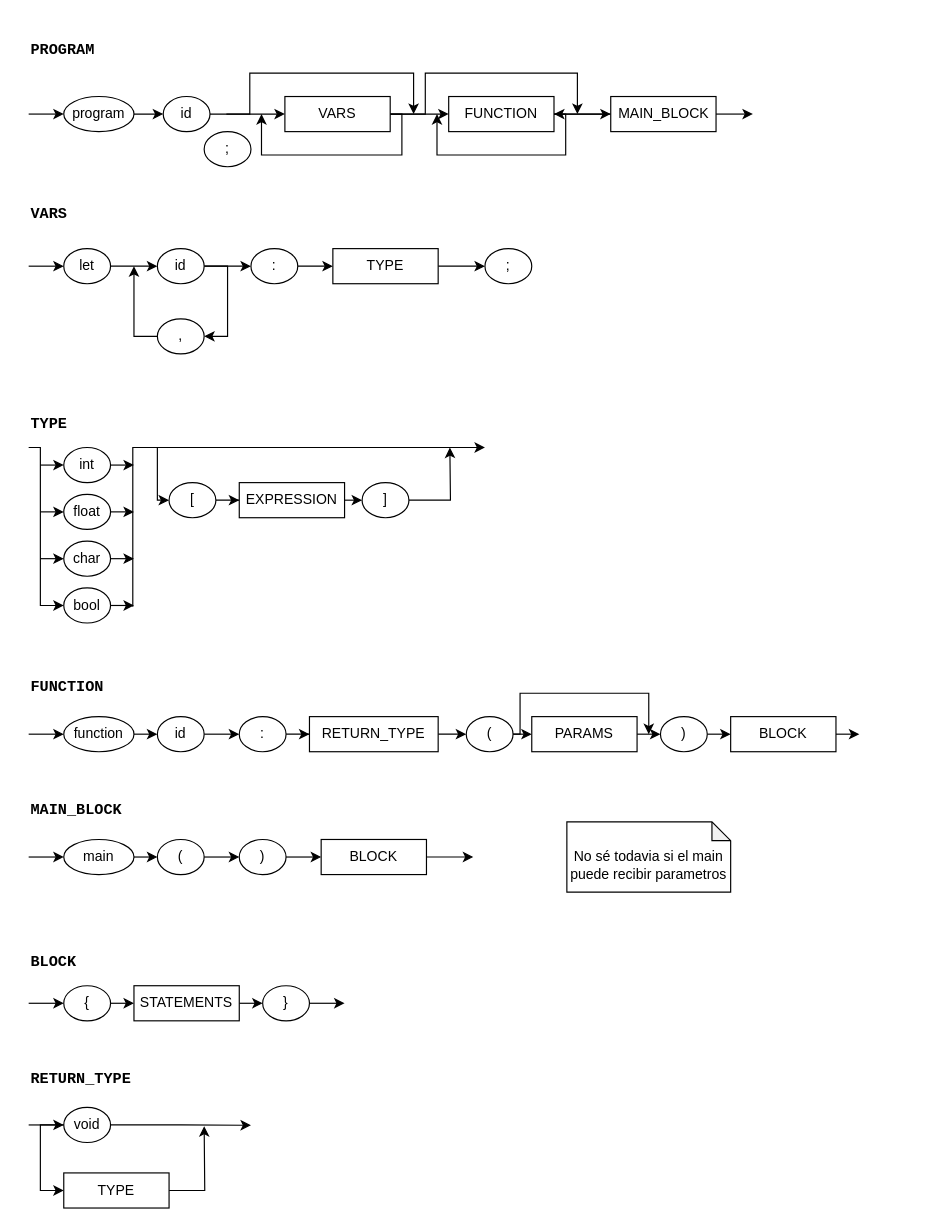
RCH010/manchas keeps this draw.io diagram as page "Page-1" (1 of 4) of documentacion/diagramasGramaticaMaps.drawio. Above is the earlier version. Source tidied: cells renumbered, new cells numbered last; positions are measured from the earlier drawing's top-left corner, leaving out a move shared by most shapes. Both pictures are drawn from the tidied source at 117%, with x=0, y=0 at pixel (28, 37).
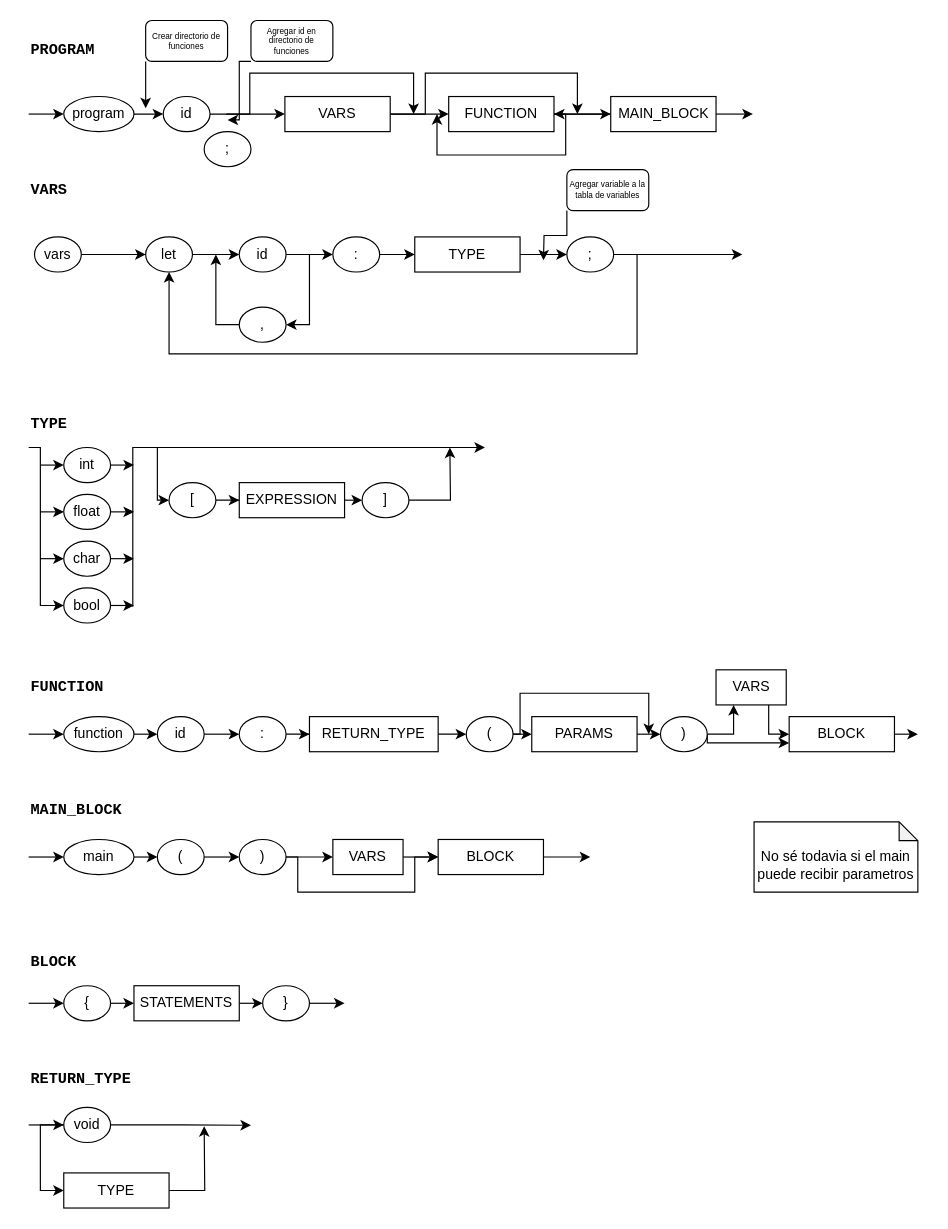
Above is the later version.

Commit message:
Update grammar diagrams

The change refers to these unchanged cells:
```xml
<mxCell id="6" value="VARS" style="whiteSpace=wrap;html=1;" parent="1" vertex="1">
  <mxGeometry x="219" y="50" width="90" height="30" as="geometry" />
</mxCell>
<mxCell id="62" value=")" style="ellipse;whiteSpace=wrap;html=1;" parent="1" vertex="1">
  <mxGeometry x="540" y="580" width="40" height="30" as="geometry" />
</mxCell>
<mxCell id="89" value=")" style="ellipse;whiteSpace=wrap;html=1;" parent="1" vertex="1">
  <mxGeometry x="180" y="685" width="40" height="30" as="geometry" />
</mxCell>
```

What changed in the source:
```diff
@@
-    <mxCell id="5" style="edgeStyle=orthogonalEdgeStyle;rounded=0;jettySize=auto;html=1;exitX=1;exitY=0.5;exitDx=0;exitDy=0;" parent="1" edge="1" source="6">
-      <mxGeometry relative="1" as="geometry">
-        <mxPoint x="199" y="65" as="targetPoint" />
-        <Array as="points">
-          <mxPoint x="319" y="65" />
-          <mxPoint x="319" y="100" />
-          <mxPoint x="199" y="100" />
-        </Array>
-      </mxGeometry>
-    </mxCell>
@@
     <mxCell id="15" value="VARS" style="text;html=1;align=left;verticalAlign=middle;fontStyle=1;fontSize=13;fontFamily=Courier New;" parent="1" vertex="1">
-      <mxGeometry y="140" width="50" height="20" as="geometry" />
+      <mxGeometry y="120" width="50" height="20" as="geometry" />
     </mxCell>
@@
     <mxCell id="17" value="let" style="ellipse;whiteSpace=wrap;html=1;" parent="1" vertex="1">
-      <mxGeometry x="30" y="180" width="40" height="30" as="geometry" />
+      <mxGeometry x="100" y="170" width="40" height="30" as="geometry" />
     </mxCell>
-    <mxCell id="18" style="endArrow=classic;html=1;entryX=0;entryY=0.5;entryDx=0;entryDy=0;" parent="1" edge="1" target="17">
-      <mxGeometry relative="1" as="geometry">
-        <mxPoint y="195" as="sourcePoint" />
-      </mxGeometry>
+    <mxCell id="18" style="endArrow=classic;html=1;entryX=0;entryY=0.5;entryDx=0;entryDy=0;exitX=1;exitY=0.5;exitDx=0;exitDy=0;" parent="1" edge="1" source="108" target="17">
+      <mxGeometry relative="1" as="geometry" />
     </mxCell>
     <mxCell id="19" style="edgeStyle=orthogonalEdgeStyle;rounded=0;jettySize=auto;html=1;entryX=1;entryY=0.5;entryDx=0;entryDy=0;" parent="1" edge="1" source="21" target="23">
       <mxGeometry relative="1" as="geometry">
         <Array as="points">
-          <mxPoint x="170" y="195" />
-          <mxPoint x="170" y="255" />
+          <mxPoint x="240" y="185" />
+          <mxPoint x="240" y="245" />
         </Array>
       </mxGeometry>
     </mxCell>
@@
     <mxCell id="21" value="id" style="ellipse;whiteSpace=wrap;html=1;" parent="1" vertex="1">
-      <mxGeometry x="110" y="180" width="40" height="30" as="geometry" />
+      <mxGeometry x="180" y="170" width="40" height="30" as="geometry" />
     </mxCell>
     <mxCell id="22" style="edgeStyle=orthogonalEdgeStyle;rounded=0;jettySize=auto;html=1;exitX=0;exitY=0.5;exitDx=0;exitDy=0;" parent="1" edge="1" source="23">
       <mxGeometry relative="1" as="geometry">
-        <mxPoint x="90" y="195" as="targetPoint" />
+        <mxPoint x="160" y="185" as="targetPoint" />
       </mxGeometry>
     </mxCell>
     <mxCell id="23" value="," style="ellipse;whiteSpace=wrap;html=1;" parent="1" vertex="1">
-      <mxGeometry x="110" y="240" width="40" height="30" as="geometry" />
+      <mxGeometry x="180" y="230" width="40" height="30" as="geometry" />
     </mxCell>
@@
     <mxCell id="25" value=":" style="ellipse;whiteSpace=wrap;html=1;" parent="1" vertex="1">
-      <mxGeometry x="190" y="180" width="40" height="30" as="geometry" />
+      <mxGeometry x="260" y="170" width="40" height="30" as="geometry" />
     </mxCell>
+    <mxCell id="100" style="edgeStyle=orthogonalEdgeStyle;rounded=0;jettySize=auto;html=1;exitX=1;exitY=0.5;exitDx=0;exitDy=0;fontSize=7;" parent="1" edge="1" source="26">
+      <mxGeometry relative="1" as="geometry">
+        <mxPoint x="610" y="185" as="targetPoint" />
+      </mxGeometry>
+    </mxCell>
+    <mxCell id="101" style="edgeStyle=orthogonalEdgeStyle;rounded=0;jettySize=auto;html=1;exitX=1;exitY=0.5;exitDx=0;exitDy=0;entryX=0.5;entryY=1;entryDx=0;entryDy=0;fontSize=7;" parent="1" edge="1" source="26" target="17">
+      <mxGeometry relative="1" as="geometry">
+        <Array as="points">
+          <mxPoint x="520" y="185" />
+          <mxPoint x="520" y="270" />
+          <mxPoint x="120" y="270" />
+        </Array>
+      </mxGeometry>
+    </mxCell>
     <mxCell id="26" value=";" style="ellipse;whiteSpace=wrap;html=1;" parent="1" vertex="1">
-      <mxGeometry x="390" y="180" width="40" height="30" as="geometry" />
+      <mxGeometry x="460" y="170" width="40" height="30" as="geometry" />
     </mxCell>
@@
     <mxCell id="28" value="TYPE" style="whiteSpace=wrap;html=1;" parent="1" vertex="1">
-      <mxGeometry x="260" y="180" width="90" height="30" as="geometry" />
+      <mxGeometry x="330" y="170" width="90" height="30" as="geometry" />
     </mxCell>
@@
+    <mxCell id="102" style="edgeStyle=orthogonalEdgeStyle;rounded=0;jettySize=auto;html=1;exitX=1;exitY=0.5;exitDx=0;exitDy=0;entryX=0.25;entryY=1;entryDx=0;entryDy=0;fontSize=7;" parent="1" edge="1" source="62" target="110">
+      <mxGeometry relative="1" as="geometry" />
+    </mxCell>
-    <mxCell id="61" style="edgeStyle=orthogonalEdgeStyle;rounded=0;jettySize=auto;html=1;exitX=1;exitY=0.5;exitDx=0;exitDy=0;entryX=0;entryY=0.5;entryDx=0;entryDy=0;endArrow=classic;endFill=1;" parent="1" edge="1" source="62" target="67">
-      <mxGeometry relative="1" as="geometry" />
+    <mxCell id="61" style="edgeStyle=orthogonalEdgeStyle;rounded=0;jettySize=auto;html=1;exitX=1;exitY=0.5;exitDx=0;exitDy=0;entryX=0;entryY=0.75;entryDx=0;entryDy=0;fontSize=7;" parent="1" edge="1" source="62" target="67">
+      <mxGeometry relative="1" as="geometry">
+        <Array as="points">
+          <mxPoint x="580" y="603" />
+        </Array>
+      </mxGeometry>
     </mxCell>
@@
     <mxCell id="66" style="edgeStyle=orthogonalEdgeStyle;rounded=0;jettySize=auto;html=1;exitX=1;exitY=0.5;exitDx=0;exitDy=0;endArrow=classic;endFill=1;" parent="1" edge="1" source="67">
       <mxGeometry relative="1" as="geometry">
-        <mxPoint x="710" y="595.3" as="targetPoint" />
+        <mxPoint x="760" y="595.3" as="targetPoint" />
       </mxGeometry>
     </mxCell>
     <mxCell id="67" value="BLOCK" style="whiteSpace=wrap;html=1;" parent="1" vertex="1">
-      <mxGeometry x="600" y="580" width="90" height="30" as="geometry" />
+      <mxGeometry x="650" y="580" width="90" height="30" as="geometry" />
     </mxCell>
@@
+    <mxCell id="103" style="edgeStyle=orthogonalEdgeStyle;rounded=0;jettySize=auto;html=1;exitX=1;exitY=0.5;exitDx=0;exitDy=0;entryX=0;entryY=0.5;entryDx=0;entryDy=0;fontSize=7;" parent="1" edge="1" source="89" target="112">
+      <mxGeometry relative="1" as="geometry" />
+    </mxCell>
-    <mxCell id="88" style="edgeStyle=orthogonalEdgeStyle;rounded=0;jettySize=auto;html=1;exitX=1;exitY=0.5;exitDx=0;exitDy=0;endArrow=classic;endFill=1;entryX=0;entryY=0.5;entryDx=0;entryDy=0;" parent="1" edge="1" source="89" target="91">
-      <mxGeometry relative="1" as="geometry" />
+    <mxCell id="88" style="edgeStyle=orthogonalEdgeStyle;rounded=0;jettySize=auto;html=1;exitX=1;exitY=0.5;exitDx=0;exitDy=0;entryX=0;entryY=0.5;entryDx=0;entryDy=0;fontSize=7;" parent="1" edge="1" source="89" target="91">
+      <mxGeometry relative="1" as="geometry">
+        <Array as="points">
+          <mxPoint x="230" y="700" />
+          <mxPoint x="230" y="730" />
+          <mxPoint x="330" y="730" />
+          <mxPoint x="330" y="700" />
+        </Array>
+      </mxGeometry>
     </mxCell>
@@
     <mxCell id="90" style="edgeStyle=orthogonalEdgeStyle;rounded=0;jettySize=auto;html=1;exitX=1;exitY=0.5;exitDx=0;exitDy=0;endArrow=classic;endFill=1;" parent="1" edge="1" source="91">
       <mxGeometry relative="1" as="geometry">
-        <mxPoint x="380" y="700" as="targetPoint" />
+        <mxPoint x="480" y="700" as="targetPoint" />
       </mxGeometry>
     </mxCell>
     <mxCell id="91" value="BLOCK" style="whiteSpace=wrap;html=1;" parent="1" vertex="1">
-      <mxGeometry x="250" y="685" width="90" height="30" as="geometry" />
+      <mxGeometry x="350" y="685" width="90" height="30" as="geometry" />
     </mxCell>
@@
     <mxCell id="94" value="&lt;br&gt;No sé todavia si el main puede recibir parametros" style="shape=note;whiteSpace=wrap;html=1;backgroundOutline=1;darkOpacity=0.05;size=16;" parent="1" vertex="1">
-      <mxGeometry x="460" y="670" width="140" height="60" as="geometry" />
+      <mxGeometry x="620" y="670" width="140" height="60" as="geometry" />
     </mxCell>
@@
+    <mxCell id="104" style="edgeStyle=orthogonalEdgeStyle;rounded=0;jettySize=auto;html=1;exitX=0;exitY=1;exitDx=0;exitDy=0;fontSize=7;" parent="1" edge="1" source="105">
+      <mxGeometry relative="1" as="geometry">
+        <mxPoint x="100" y="60" as="targetPoint" />
+      </mxGeometry>
+    </mxCell>
+    <mxCell id="105" value="Crear directorio de funciones" style="rounded=1;whiteSpace=wrap;html=1;fontSize=7;" parent="1" vertex="1">
+      <mxGeometry x="100" y="-15" width="70" height="35" as="geometry" />
+    </mxCell>
+    <mxCell id="106" style="edgeStyle=orthogonalEdgeStyle;rounded=0;jettySize=auto;html=1;exitX=0;exitY=1;exitDx=0;exitDy=0;fontSize=7;" parent="1" edge="1" source="107">
+      <mxGeometry relative="1" as="geometry">
+        <mxPoint x="170" y="70" as="targetPoint" />
+        <Array as="points">
+          <mxPoint x="180" y="20" />
+          <mxPoint x="180" y="70" />
+        </Array>
+      </mxGeometry>
+    </mxCell>
+    <mxCell id="107" value="Agregar id en directorio de funciones" style="rounded=1;whiteSpace=wrap;html=1;fontSize=7;" parent="1" vertex="1">
+      <mxGeometry x="190" y="-15" width="70" height="35" as="geometry" />
+    </mxCell>
+    <mxCell id="108" value="vars" style="ellipse;whiteSpace=wrap;html=1;" parent="1" vertex="1">
+      <mxGeometry x="5" y="170" width="40" height="30" as="geometry" />
+    </mxCell>
+    <mxCell id="109" style="edgeStyle=orthogonalEdgeStyle;rounded=0;jettySize=auto;html=1;exitX=0.75;exitY=1;exitDx=0;exitDy=0;entryX=0;entryY=0.5;entryDx=0;entryDy=0;fontSize=7;" parent="1" edge="1" source="110" target="67">
+      <mxGeometry relative="1" as="geometry">
+        <Array as="points">
+          <mxPoint x="633" y="595" />
+        </Array>
+      </mxGeometry>
+    </mxCell>
+    <mxCell id="110" value="VARS" style="whiteSpace=wrap;html=1;" parent="1" vertex="1">
+      <mxGeometry x="587.5" y="540" width="60" height="30" as="geometry" />
+    </mxCell>
+    <mxCell id="111" style="edgeStyle=orthogonalEdgeStyle;rounded=0;jettySize=auto;html=1;exitX=1;exitY=0.5;exitDx=0;exitDy=0;entryX=0;entryY=0.5;entryDx=0;entryDy=0;fontSize=7;" parent="1" edge="1" source="112" target="91">
+      <mxGeometry relative="1" as="geometry" />
+    </mxCell>
+    <mxCell id="112" value="VARS" style="whiteSpace=wrap;html=1;" parent="1" vertex="1">
+      <mxGeometry x="260" y="685" width="60" height="30" as="geometry" />
+    </mxCell>
+    <mxCell id="113" style="edgeStyle=orthogonalEdgeStyle;rounded=0;jettySize=auto;html=1;exitX=0;exitY=1;exitDx=0;exitDy=0;fontSize=7;" parent="1" edge="1" source="114">
+      <mxGeometry relative="1" as="geometry">
+        <mxPoint x="440" y="190" as="targetPoint" />
+      </mxGeometry>
+    </mxCell>
+    <mxCell id="114" value="Agregar variable a la tabla de variables" style="rounded=1;whiteSpace=wrap;html=1;fontSize=7;" parent="1" vertex="1">
+      <mxGeometry x="460" y="112.5" width="70" height="35" as="geometry" />
+    </mxCell>
```
